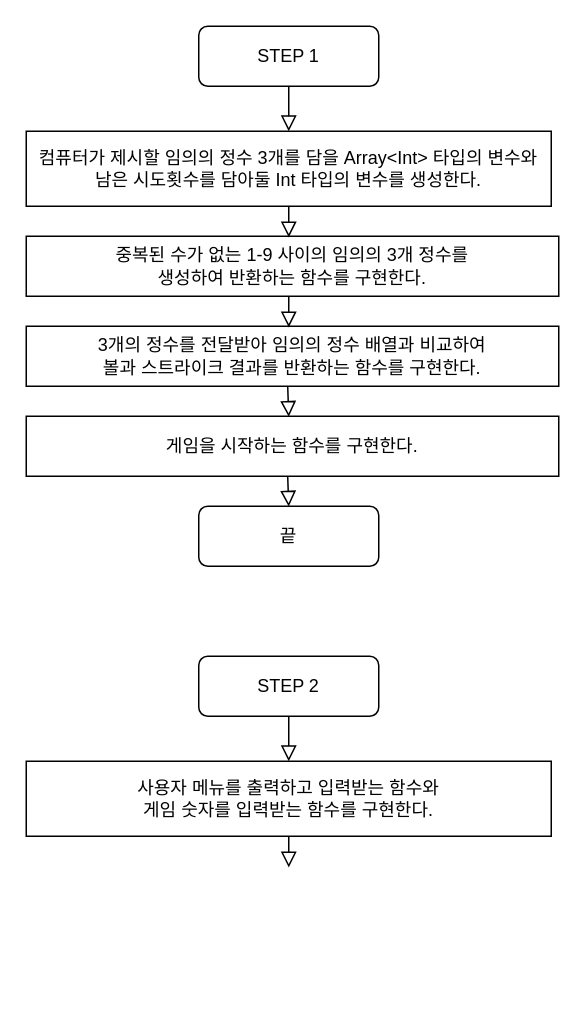
Earlier version of the draw.io diagram flowchart.drawio (yagom-academy/ios-number-baseball). Source tidied: cells renumbered, new cells numbered last; positions are measured from the earlier drawing's top-left corner, leaving out a move shared by most shapes. Both pictures are drawn from the tidied source at 150%, with x=0, y=0 at pixel (26, 26).
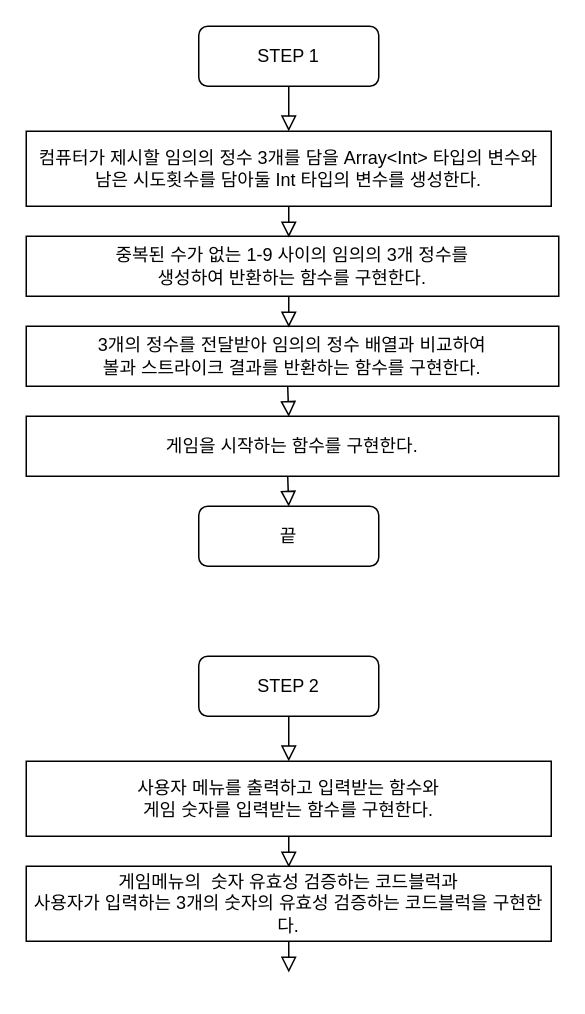
The same page after the edit.

Diff of the diagram source:
```diff
@@
+    <mxCell id="17" value="게임메뉴의&amp;nbsp; 숫자 유효성 검증하는 코드블럭과&lt;br&gt;사용자가 입력하는 3개의 숫자의 유효성 검증하는 코드블럭을 구현한다." style="rounded=0;whiteSpace=wrap;html=1;" parent="1" vertex="1">
+      <mxGeometry y="560" width="350" height="50" as="geometry" />
+    </mxCell>
+    <mxCell id="18" style="rounded=0;html=1;jettySize=auto;fontSize=11;endArrow=block;endFill=0;endSize=8;strokeWidth=1;shadow=0;labelBackgroundColor=none;edgeStyle=orthogonalEdgeStyle;entryX=0.493;entryY=0.019;entryDx=0;entryDy=0;exitX=0.5;exitY=1;exitDx=0;exitDy=0;entryPerimeter=0;" parent="1" edge="1" source="17">
+      <mxGeometry relative="1" as="geometry">
+        <mxPoint x="175" y="630.8" as="targetPoint" />
+      </mxGeometry>
+    </mxCell>
```
